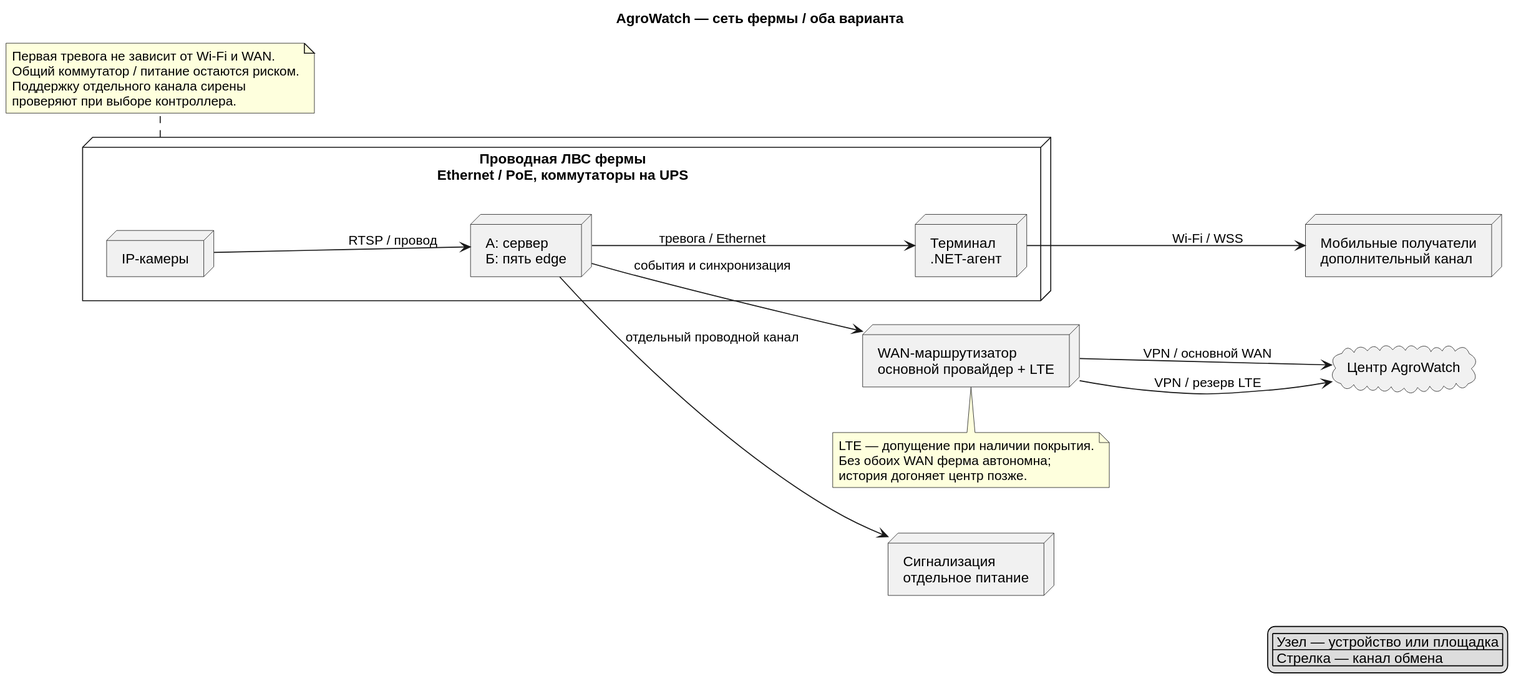
rozhkovsvyat/MSA-AgroTech keeps this PlantUML diagram as Task1/diagrams/network.svg. Above is the earlier version.
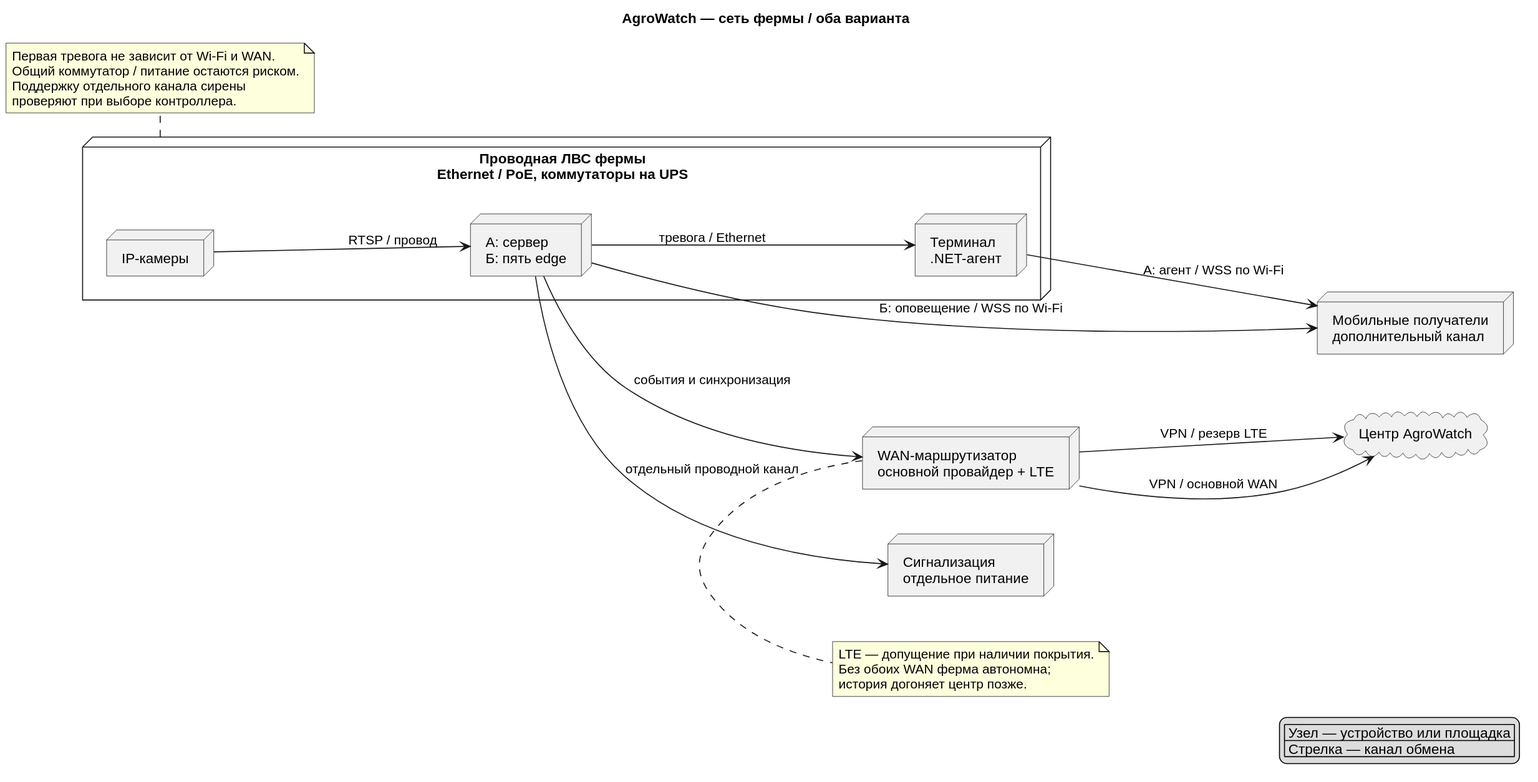
Later version of the same file.

Diff of the diagram source:
```diff
@@ -18,7 +18,8 @@
 cam --> cpu : RTSP / провод
 cpu --> term : тревога / Ethernet
 cpu -down-> sound : отдельный проводной канал
-term -down-> mobile : Wi-Fi / WSS
+term -down-> mobile : А: агент / WSS по Wi-Fi
+cpu -down-> mobile : Б: оповещение / WSS по Wi-Fi
 cpu -down-> wan : события и синхронизация
 wan --> center : VPN / основной WAN
 wan --> center : VPN / резерв LTE
```
